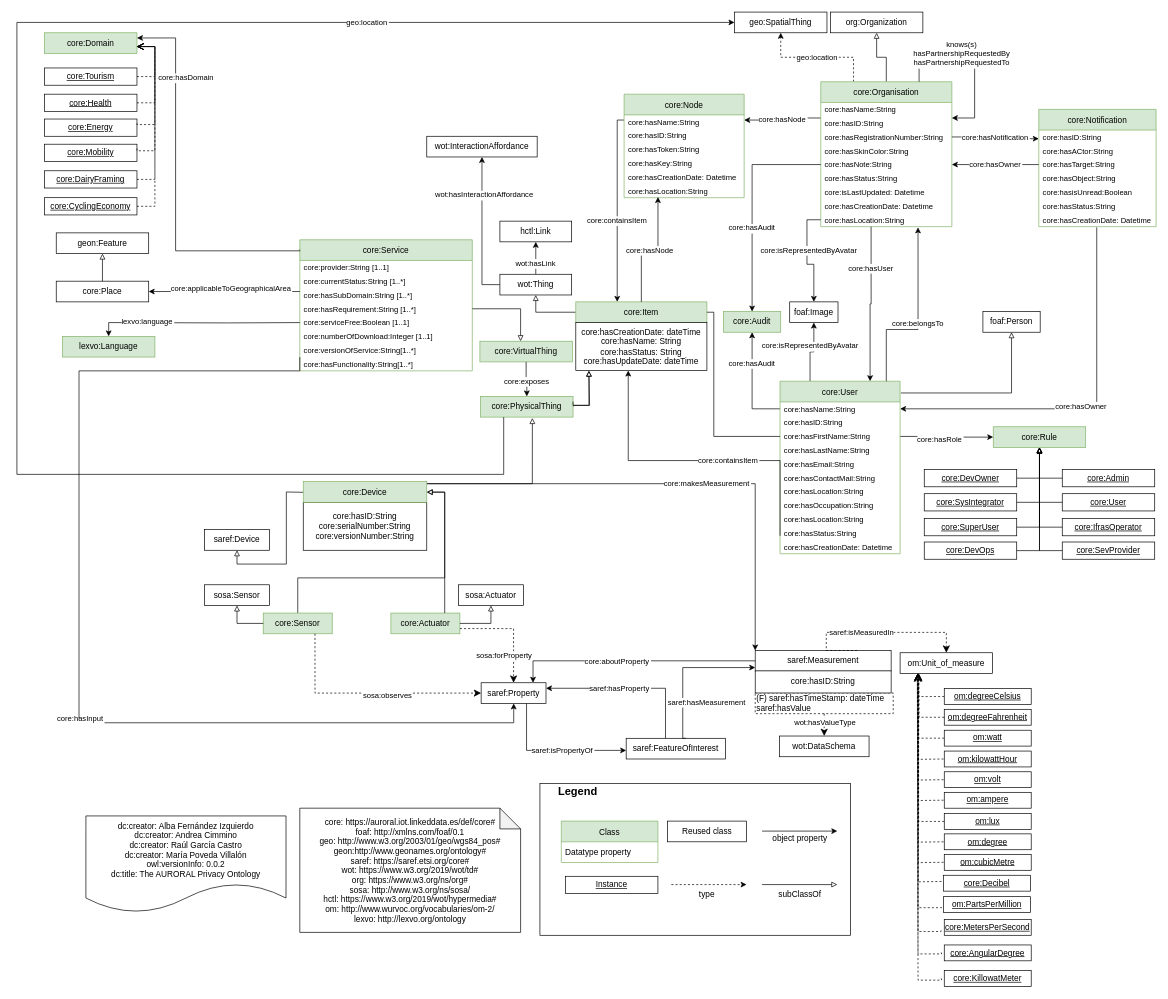
This is page "V2" (1 of 2) of diagrams/core.drawio from oeg-upm/auroral-core-ontology, a draw.io file, before an edit. Source tidied: cells renumbered, new cells numbered last; positions are measured from the earlier drawing's top-left corner, leaving out a move shared by most shapes. Both pictures are drawn from the tidied source at 69%, with x=0, y=0 at pixel (17, 12).
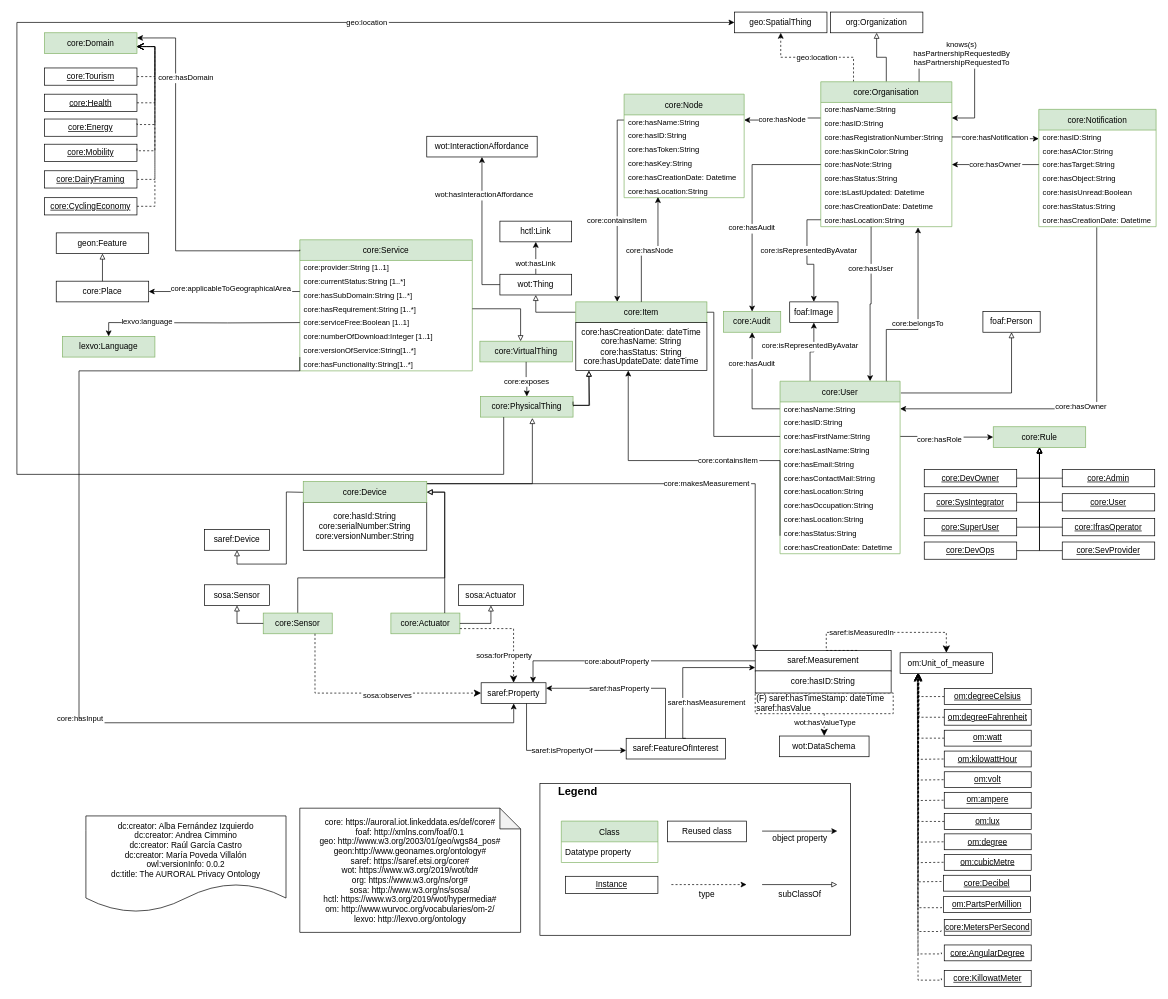
The same diagram, later.

What changed in the source:
```diff
@@
-    <mxCell id="177" value="core:hasID:String&lt;br&gt;core:serialNumber:String&lt;br&gt;core:versionNumber:String" style="rounded=0;whiteSpace=wrap;html=1;" parent="1" vertex="1">
+    <mxCell id="177" value="core:hasId:String&lt;br&gt;core:serialNumber:String&lt;br&gt;core:versionNumber:String" style="rounded=0;whiteSpace=wrap;html=1;" parent="1" vertex="1">
       <mxGeometry x="415" y="710.5" width="179" height="69.5" as="geometry" />
     </mxCell>
```
